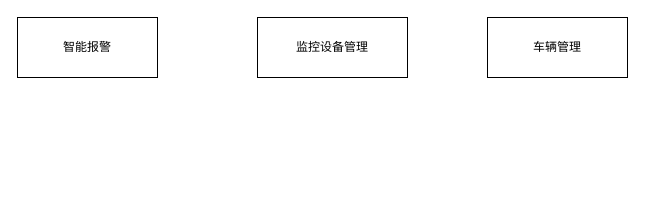
The draw.io diagram 加油站.drawio in w1041660542/draw.io, before the edit. Source tidied: cells renumbered, new cells numbered last; positions are measured from the earlier drawing's top-left corner, leaving out a move shared by most shapes. Both pictures are drawn from the tidied source at 100%, with x=0, y=0 at pixel (17, 17).
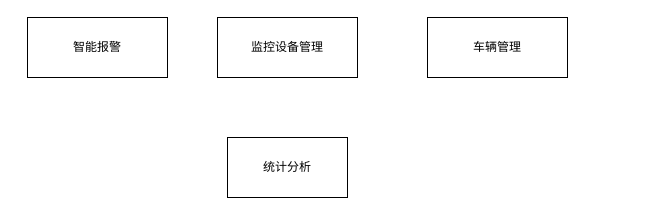
The same diagram, later.

Commit message (it also covers changes not shown here):
更新加油站.drawio

Change to the diagram source:
```diff
@@
 <mxGraphModel>
   <root>
     <mxCell id="0" />
     <mxCell id="1" parent="0" />
     <mxCell id="2" value="智能报警" style="rounded=0;whiteSpace=wrap;html=1;" parent="1" vertex="1">
-      <mxGeometry width="140" height="60" as="geometry" />
+      <mxGeometry x="10" width="140" height="60" as="geometry" />
     </mxCell>
     <mxCell id="3" value="车辆管理" style="rounded=0;whiteSpace=wrap;html=1;" parent="1" vertex="1">
-      <mxGeometry x="470" width="140" height="60" as="geometry" />
+      <mxGeometry x="410" width="140" height="60" as="geometry" />
     </mxCell>
     <mxCell id="4" value="监控设备管理" style="rounded=0;whiteSpace=wrap;html=1;" parent="1" vertex="1">
-      <mxGeometry x="240" width="150" height="60" as="geometry" />
+      <mxGeometry x="200" width="140" height="60" as="geometry" />
     </mxCell>
+    <mxCell id="5" value="统计分析" style="rounded=0;whiteSpace=wrap;html=1;" parent="1" vertex="1">
+      <mxGeometry x="210" y="120" width="120" height="60" as="geometry" />
+    </mxCell>
   </root>
 </mxGraphModel>
```
